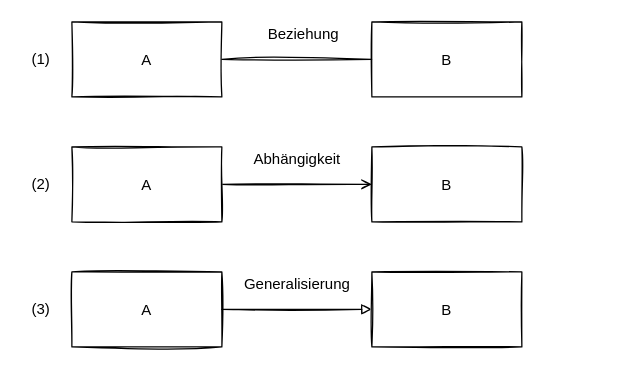
Before: page "Beziehungen" (2 of 5) of images/rawimages/general-elements.drawio in HerrLoesch/UMLite, a draw.io diagram. Source tidied: cells renumbered, new cells numbered last; positions are measured from the earlier drawing's top-left corner, leaving out a move shared by most shapes. Both pictures are drawn from the tidied source at 125%, with x=0, y=0 at pixel (21, 21).
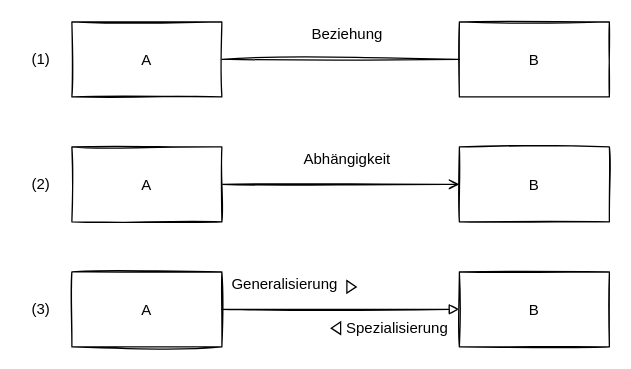
The same page after the edit.

Change to the diagram source:
```diff
@@
 <mxGraphModel>
   <root>
     <mxCell id="0" />
     <mxCell id="1" parent="0" />
     <mxCell id="2" style="edgeStyle=orthogonalEdgeStyle;rounded=0;jettySize=auto;html=1;endArrow=none;endFill=0;sketch=1;" parent="1" edge="1" source="3" target="4">
       <mxGeometry relative="1" as="geometry" />
     </mxCell>
     <mxCell id="3" value="A" style="fontStyle=0;sketch=1;" parent="1" vertex="1">
       <mxGeometry x="40" width="120" height="60" as="geometry" />
     </mxCell>
     <mxCell id="4" value="B" style="fontStyle=0;sketch=1;" parent="1" vertex="1">
-      <mxGeometry x="280" width="120" height="60" as="geometry" />
+      <mxGeometry x="350" width="120" height="60" as="geometry" />
     </mxCell>
     <mxCell id="5" style="edgeStyle=orthogonalEdgeStyle;rounded=0;jettySize=auto;html=1;endArrow=open;endFill=0;sketch=1;" parent="1" edge="1" source="6" target="7">
       <mxGeometry relative="1" as="geometry" />
     </mxCell>
     <mxCell id="6" value="A" style="fontStyle=0;sketch=1;" parent="1" vertex="1">
       <mxGeometry x="40" y="100" width="120" height="60" as="geometry" />
     </mxCell>
     <mxCell id="7" value="B" style="fontStyle=0;sketch=1;" parent="1" vertex="1">
-      <mxGeometry x="280" y="100" width="120" height="60" as="geometry" />
+      <mxGeometry x="350" y="100" width="120" height="60" as="geometry" />
     </mxCell>
     <mxCell id="8" style="edgeStyle=orthogonalEdgeStyle;rounded=0;jettySize=auto;html=1;endArrow=block;endFill=0;sketch=1;" parent="1" edge="1" source="9" target="10">
       <mxGeometry relative="1" as="geometry" />
     </mxCell>
     <mxCell id="9" value="A" style="fontStyle=0;sketch=1;" parent="1" vertex="1">
       <mxGeometry x="40" y="200" width="120" height="60" as="geometry" />
     </mxCell>
     <mxCell id="10" value="B" style="fontStyle=0;sketch=1;" parent="1" vertex="1">
-      <mxGeometry x="280" y="200" width="120" height="60" as="geometry" />
+      <mxGeometry x="350" y="200" width="120" height="60" as="geometry" />
     </mxCell>
     <mxCell id="11" value="Beziehung" style="text;html=1;align=center;verticalAlign=middle;strokeColor=none;fillColor=none;sketch=1;" parent="1" vertex="1">
-      <mxGeometry x="190" width="70" height="20" as="geometry" />
+      <mxGeometry x="225" width="70" height="20" as="geometry" />
     </mxCell>
     <mxCell id="12" value="Abhängigkeit" style="text;html=1;align=center;verticalAlign=middle;strokeColor=none;fillColor=none;sketch=1;" parent="1" vertex="1">
-      <mxGeometry x="180" y="100" width="80" height="20" as="geometry" />
+      <mxGeometry x="220" y="100" width="80" height="20" as="geometry" />
     </mxCell>
     <mxCell id="13" value="Generalisierung" style="text;html=1;align=center;verticalAlign=middle;strokeColor=none;fillColor=none;sketch=1;" parent="1" vertex="1">
-      <mxGeometry x="170" y="200" width="100" height="20" as="geometry" />
+      <mxGeometry x="160" y="200" width="100" height="20" as="geometry" />
     </mxCell>
     <mxCell id="14" value="(1)" style="text;html=1;align=center;verticalAlign=middle;strokeColor=none;fillColor=none;" parent="1" vertex="1">
       <mxGeometry y="20" width="30" height="20" as="geometry" />
     </mxCell>
     <mxCell id="15" value="(2)" style="text;html=1;align=center;verticalAlign=middle;strokeColor=none;fillColor=none;" parent="1" vertex="1">
       <mxGeometry y="120" width="30" height="20" as="geometry" />
     </mxCell>
     <mxCell id="16" value="(3)" style="text;html=1;align=center;verticalAlign=middle;strokeColor=none;fillColor=none;" parent="1" vertex="1">
       <mxGeometry y="220" width="30" height="20" as="geometry" />
     </mxCell>
+    <mxCell id="17" style="triangle;whiteSpace=wrap;html=1;labelBackgroundColor=none;fillColor=none;" parent="1" vertex="1">
+      <mxGeometry x="260" y="207" width="7.5" height="10" as="geometry" />
+    </mxCell>
+    <mxCell id="18" value="Spezialisierung" style="text;html=1;align=center;verticalAlign=middle;strokeColor=none;fillColor=none;sketch=1;" parent="1" vertex="1">
+      <mxGeometry x="250" y="235" width="100" height="20" as="geometry" />
+    </mxCell>
+    <mxCell id="19" style="triangle;whiteSpace=wrap;html=1;labelBackgroundColor=none;fillColor=none;rotation=-180;" parent="1" vertex="1">
+      <mxGeometry x="247.5" y="240" width="7.5" height="10" as="geometry" />
+    </mxCell>
   </root>
 </mxGraphModel>
```
